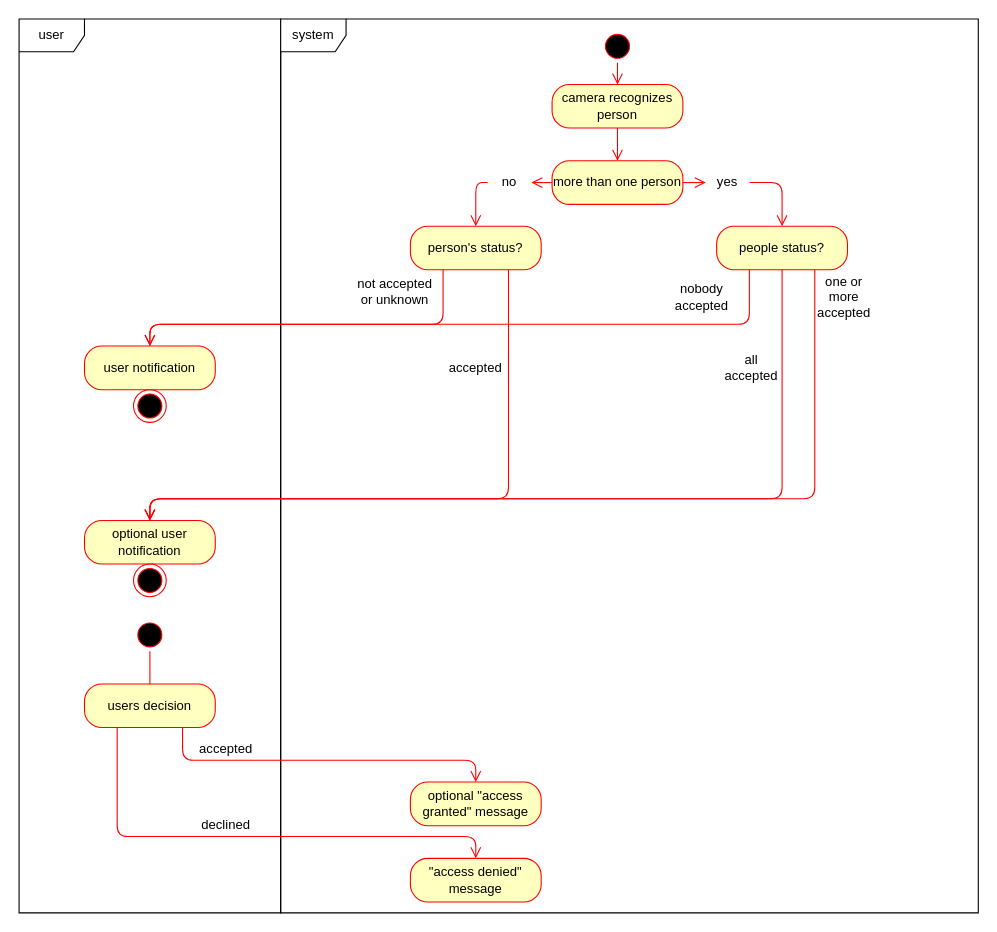
The draw.io diagram GuestVisitsActivityDiagram.drawio in mymanu/Camera-Observation-Tool-Documentation, before the edit. Source tidied: cells renumbered, new cells numbered last; positions are measured from the earlier drawing's top-left corner, leaving out a move shared by most shapes. Both pictures are drawn from the tidied source at 109%, with x=0, y=0 at pixel (19, 19).
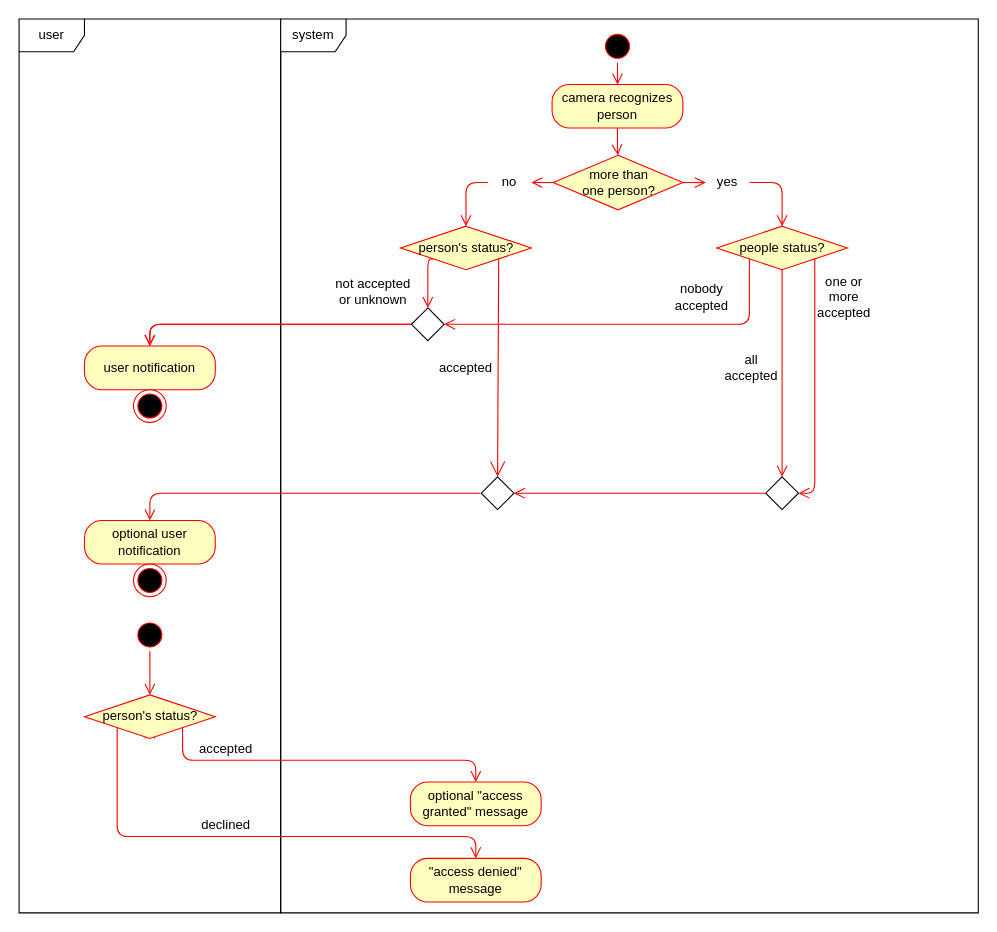
The same diagram, later.

Unchanged cells that the change refers to:
```xml
<mxCell id="4" value="no" style="text;html=1;strokeColor=none;fillColor=none;align=center;verticalAlign=middle;whiteSpace=wrap;rounded=0;" parent="1" vertex="1">
  <mxGeometry x="430" y="140" width="40" height="20" as="geometry" />
</mxCell>
<mxCell id="5" value="yes" style="text;html=1;strokeColor=none;fillColor=none;align=center;verticalAlign=middle;whiteSpace=wrap;rounded=0;" parent="1" vertex="1">
  <mxGeometry x="630" y="140" width="40" height="20" as="geometry" />
</mxCell>
<mxCell id="18" value="user notification" style="rounded=1;whiteSpace=wrap;html=1;arcSize=40;fontColor=#000000;fillColor=#ffffc0;strokeColor=#ff0000;" parent="1" vertex="1">
  <mxGeometry x="60" y="300" width="120" height="40" as="geometry" />
</mxCell>
<mxCell id="19" value="optional user notification" style="rounded=1;whiteSpace=wrap;html=1;arcSize=40;fontColor=#000000;fillColor=#ffffc0;strokeColor=#ff0000;" parent="1" vertex="1">
  <mxGeometry x="60" y="460" width="120" height="40" as="geometry" />
</mxCell>
<mxCell id="31" style="ellipse;html=1;shape=startState;fillColor=#000000;strokeColor=#ff0000;" parent="1" vertex="1">
  <mxGeometry x="105" y="550" width="30" height="30" as="geometry" />
</mxCell>
<mxCell id="35" value="&quot;access denied&quot; message" style="rounded=1;whiteSpace=wrap;html=1;arcSize=40;fontColor=#000000;fillColor=#ffffc0;strokeColor=#ff0000;" parent="1" vertex="1">
  <mxGeometry x="359" y="770" width="120" height="40" as="geometry" />
</mxCell>
<mxCell id="37" value="optional &quot;access granted&quot; message" style="rounded=1;whiteSpace=wrap;html=1;arcSize=40;fontColor=#000000;fillColor=#ffffc0;strokeColor=#ff0000;" parent="1" vertex="1">
  <mxGeometry x="359" y="700" width="120" height="40" as="geometry" />
</mxCell>
```

Diff of the diagram source:
```diff
@@
-    <mxCell id="8" value="more than one person" style="rounded=1;whiteSpace=wrap;html=1;arcSize=40;fontColor=#000000;fillColor=#ffffc0;strokeColor=#ff0000;" parent="1" vertex="1">
-      <mxGeometry x="489" y="130" width="120" height="40" as="geometry" />
+    <mxCell id="8" value="more than &lt;br&gt;one person?" style="rhombus;fontFamily=Helvetica;fontSize=12;fontColor=#000000;align=center;strokeColor=#ff0000;fillColor=#ffffc0;html=1;" parent="1" vertex="1">
+      <mxGeometry x="490" y="125" width="119" height="50" as="geometry" />
     </mxCell>
     <mxCell id="9" style="edgeStyle=orthogonalEdgeStyle;html=1;verticalAlign=bottom;endArrow=open;endSize=8;strokeColor=#ff0000;entryX=0.5;entryY=0;entryDx=0;entryDy=0;exitX=0;exitY=0.5;exitDx=0;exitDy=0;" parent="1" edge="1" source="4" target="10">
       <mxGeometry relative="1" as="geometry">
         <Array as="points">
-          <mxPoint x="419" y="150" />
+          <mxPoint x="410" y="150" />
         </Array>
       </mxGeometry>
     </mxCell>
-    <mxCell id="10" value="person's status?" style="rounded=1;whiteSpace=wrap;html=1;arcSize=40;fontColor=#000000;fillColor=#ffffc0;strokeColor=#ff0000;" parent="1" vertex="1">
-      <mxGeometry x="359" y="190" width="120" height="40" as="geometry" />
+    <mxCell id="10" value="person's status?" style="rhombus;fontFamily=Helvetica;fontSize=12;fontColor=#000000;align=center;strokeColor=#ff0000;fillColor=#ffffc0;html=1;" parent="1" vertex="1">
+      <mxGeometry x="350" y="190" width="120" height="40" as="geometry" />
     </mxCell>
-    <mxCell id="11" style="edgeStyle=orthogonalEdgeStyle;html=1;verticalAlign=bottom;endArrow=open;endSize=8;strokeColor=#ff0000;exitX=0.25;exitY=1;exitDx=0;exitDy=0;entryX=0.5;entryY=0;entryDx=0;entryDy=0;" parent="1" edge="1" source="10" target="18">
+    <mxCell id="11" style="edgeStyle=orthogonalEdgeStyle;html=1;verticalAlign=bottom;endArrow=open;endSize=8;strokeColor=#ff0000;exitX=0.25;exitY=1;exitDx=0;exitDy=0;entryX=0.5;entryY=0;entryDx=0;entryDy=0;" parent="1" edge="1" source="41" target="18">
       <mxGeometry relative="1" as="geometry">
         <Array as="points">
-          <mxPoint x="389" y="280" />
           <mxPoint x="120" y="280" />
         </Array>
       </mxGeometry>
     </mxCell>
@@
-    <mxCell id="14" value="people status?" style="rounded=1;whiteSpace=wrap;html=1;arcSize=40;fontColor=#000000;fillColor=#ffffc0;strokeColor=#ff0000;" parent="1" vertex="1">
-      <mxGeometry x="640" y="190" width="120" height="40" as="geometry" />
-    </mxCell>
@@
-    <mxCell id="17" style="edgeStyle=orthogonalEdgeStyle;html=1;verticalAlign=bottom;endArrow=open;endSize=8;strokeColor=#ff0000;exitX=1;exitY=0.5;exitDx=0;exitDy=0;entryX=0.5;entryY=0;entryDx=0;entryDy=0;" parent="1" edge="1" source="5" target="14">
+    <mxCell id="17" style="edgeStyle=orthogonalEdgeStyle;html=1;verticalAlign=bottom;endArrow=open;endSize=8;strokeColor=#ff0000;exitX=1;exitY=0.5;exitDx=0;exitDy=0;entryX=0.5;entryY=0;entryDx=0;entryDy=0;" parent="1" edge="1" source="5">
       <mxGeometry relative="1" as="geometry">
+        <mxPoint x="700" y="190" as="targetPoint" />
         <Array as="points">
           <mxPoint x="700" y="150" />
         </Array>
       </mxGeometry>
     </mxCell>
@@
-    <mxCell id="20" style="edgeStyle=orthogonalEdgeStyle;html=1;verticalAlign=bottom;endArrow=open;endSize=8;strokeColor=#ff0000;entryX=0.5;entryY=0;entryDx=0;entryDy=0;exitX=0.75;exitY=1;exitDx=0;exitDy=0;" parent="1" edge="1" source="10" target="19">
-      <mxGeometry relative="1" as="geometry">
-        <Array as="points">
-          <mxPoint x="449" y="440" />
-          <mxPoint x="120" y="440" />
-        </Array>
-      </mxGeometry>
-    </mxCell>
-    <mxCell id="21" style="edgeStyle=orthogonalEdgeStyle;html=1;verticalAlign=bottom;endArrow=open;endSize=8;strokeColor=#ff0000;exitX=0.25;exitY=1;exitDx=0;exitDy=0;" parent="1" edge="1" source="14">
+    <mxCell id="21" style="edgeStyle=orthogonalEdgeStyle;html=1;verticalAlign=bottom;endArrow=open;endSize=8;strokeColor=#ff0000;exitX=0.25;exitY=1;exitDx=0;exitDy=0;" parent="1" edge="1" source="41">
       <mxGeometry relative="1" as="geometry">
         <mxPoint x="120" y="300" as="targetPoint" />
         <Array as="points">
-          <mxPoint x="670" y="280" />
           <mxPoint x="120" y="280" />
         </Array>
       </mxGeometry>
     </mxCell>
-    <mxCell id="22" style="edgeStyle=orthogonalEdgeStyle;html=1;verticalAlign=bottom;endArrow=open;endSize=8;strokeColor=#ff0000;exitX=0.5;exitY=1;exitDx=0;exitDy=0;entryX=0.5;entryY=0;entryDx=0;entryDy=0;" parent="1" edge="1" source="14" target="19">
+    <mxCell id="22" style="edgeStyle=orthogonalEdgeStyle;html=1;verticalAlign=bottom;endArrow=open;endSize=8;strokeColor=#ff0000;exitX=0.5;exitY=1;exitDx=0;exitDy=0;entryX=0.5;entryY=0;entryDx=0;entryDy=0;" parent="1" edge="1" target="43">
       <mxGeometry relative="1" as="geometry">
+        <mxPoint x="700" y="230" as="sourcePoint" />
         <Array as="points">
-          <mxPoint x="700" y="440" />
-          <mxPoint x="120" y="440" />
+          <mxPoint x="700" y="420" />
+          <mxPoint x="700" y="420" />
         </Array>
       </mxGeometry>
     </mxCell>
-    <mxCell id="23" style="edgeStyle=orthogonalEdgeStyle;html=1;verticalAlign=bottom;endArrow=open;endSize=8;strokeColor=#ff0000;exitX=0.75;exitY=1;exitDx=0;exitDy=0;" parent="1" edge="1" source="14">
-      <mxGeometry relative="1" as="geometry">
-        <mxPoint x="120" y="460" as="targetPoint" />
-        <Array as="points">
-          <mxPoint x="730" y="440" />
-          <mxPoint x="120" y="440" />
-        </Array>
-      </mxGeometry>
-    </mxCell>
@@
     <mxCell id="27" value="accepted" style="text;html=1;strokeColor=none;fillColor=none;align=center;verticalAlign=middle;whiteSpace=wrap;rounded=0;" parent="1" vertex="1">
-      <mxGeometry x="399" y="310" width="40" height="20" as="geometry" />
+      <mxGeometry x="390" y="310" width="40" height="20" as="geometry" />
     </mxCell>
     <mxCell id="28" value="not accepted&lt;br&gt;or unknown" style="text;html=1;strokeColor=none;fillColor=none;align=center;verticalAlign=middle;whiteSpace=wrap;rounded=0;" parent="1" vertex="1">
-      <mxGeometry x="300" y="235" width="90" height="30" as="geometry" />
+      <mxGeometry x="280" y="235" width="90" height="30" as="geometry" />
     </mxCell>
@@
-    <mxCell id="32" style="edgeStyle=orthogonalEdgeStyle;html=1;verticalAlign=bottom;endArrow=open;endSize=8;strokeColor=#ff0000;" parent="1" edge="1" source="31">
+    <mxCell id="32" style="edgeStyle=orthogonalEdgeStyle;html=1;verticalAlign=bottom;endArrow=open;endSize=8;strokeColor=#ff0000;" parent="1" edge="1" source="49">
       <mxGeometry relative="1" as="geometry">
         <mxPoint x="120" y="650" as="targetPoint" />
         <Array as="points">
           <mxPoint x="120" y="650" />
           <mxPoint x="120" y="650" />
         </Array>
       </mxGeometry>
     </mxCell>
-    <mxCell id="33" value="users decision" style="rounded=1;whiteSpace=wrap;html=1;arcSize=40;fontColor=#000000;fillColor=#ffffc0;strokeColor=#ff0000;" parent="1" vertex="1">
-      <mxGeometry x="60" y="610" width="120" height="40" as="geometry" />
-    </mxCell>
-    <mxCell id="34" style="edgeStyle=orthogonalEdgeStyle;html=1;verticalAlign=bottom;endArrow=open;endSize=8;strokeColor=#ff0000;exitX=0.25;exitY=1;exitDx=0;exitDy=0;" parent="1" edge="1" source="33" target="35">
+    <mxCell id="34" style="edgeStyle=orthogonalEdgeStyle;html=1;verticalAlign=bottom;endArrow=open;endSize=8;strokeColor=#ff0000;exitX=0.25;exitY=1;exitDx=0;exitDy=0;" parent="1" edge="1" target="35">
       <mxGeometry relative="1" as="geometry">
+        <mxPoint x="90" y="650" as="sourcePoint" />
         <Array as="points">
           <mxPoint x="90" y="750" />
           <mxPoint x="419" y="750" />
         </Array>
       </mxGeometry>
     </mxCell>
@@
-    <mxCell id="36" style="edgeStyle=orthogonalEdgeStyle;html=1;verticalAlign=bottom;endArrow=open;endSize=8;strokeColor=#ff0000;exitX=0.75;exitY=1;exitDx=0;exitDy=0;entryX=0.5;entryY=0;entryDx=0;entryDy=0;" parent="1" edge="1" source="33" target="37">
+    <mxCell id="36" style="edgeStyle=orthogonalEdgeStyle;html=1;verticalAlign=bottom;endArrow=open;endSize=8;strokeColor=#ff0000;exitX=0.75;exitY=1;exitDx=0;exitDy=0;entryX=0.5;entryY=0;entryDx=0;entryDy=0;" parent="1" edge="1" target="37">
       <mxGeometry relative="1" as="geometry">
+        <mxPoint x="150" y="650" as="sourcePoint" />
         <Array as="points">
           <mxPoint x="150" y="680" />
           <mxPoint x="419" y="680" />
         </Array>
       </mxGeometry>
     </mxCell>
@@
+    <mxCell id="40" style="edgeStyle=orthogonalEdgeStyle;html=1;verticalAlign=bottom;endArrow=open;endSize=8;strokeColor=#ff0000;exitX=0;exitY=1;exitDx=0;exitDy=0;" parent="1" edge="1" source="14" target="41">
+      <mxGeometry relative="1" as="geometry">
+        <Array as="points">
+          <mxPoint x="670" y="280" />
+        </Array>
+      </mxGeometry>
+    </mxCell>
+    <mxCell id="41" style="rhombus;" parent="1" vertex="1">
+      <mxGeometry x="360" y="265" width="30" height="30" as="geometry" />
+    </mxCell>
+    <mxCell id="42" style="edgeStyle=orthogonalEdgeStyle;html=1;verticalAlign=bottom;endArrow=open;endSize=8;strokeColor=#ff0000;entryX=0.5;entryY=0;entryDx=0;entryDy=0;exitX=0;exitY=1;exitDx=0;exitDy=0;" parent="1" edge="1" source="10" target="41">
+      <mxGeometry relative="1" as="geometry">
+        <Array as="points">
+          <mxPoint x="375" y="220" />
+        </Array>
+      </mxGeometry>
+    </mxCell>
+    <mxCell id="43" style="rhombus;" parent="1" vertex="1">
+      <mxGeometry x="685" y="420" width="30" height="30" as="geometry" />
+    </mxCell>
+    <mxCell id="44" style="edgeStyle=orthogonalEdgeStyle;html=1;verticalAlign=bottom;endArrow=open;endSize=8;strokeColor=#ff0000;exitX=1;exitY=1;exitDx=0;exitDy=0;entryX=1;entryY=0.5;entryDx=0;entryDy=0;" parent="1" edge="1" source="14" target="43">
+      <mxGeometry relative="1" as="geometry">
+        <Array as="points">
+          <mxPoint x="730" y="435" />
+        </Array>
+      </mxGeometry>
+    </mxCell>
+    <mxCell id="45" style="edgeStyle=orthogonalEdgeStyle;html=1;verticalAlign=bottom;endArrow=open;endSize=8;strokeColor=#ff0000;entryX=1;entryY=0.5;entryDx=0;entryDy=0;exitX=0;exitY=0.5;exitDx=0;exitDy=0;" parent="1" edge="1" source="43" target="47">
+      <mxGeometry relative="1" as="geometry" />
+    </mxCell>
+    <mxCell id="46" style="edgeStyle=orthogonalEdgeStyle;html=1;verticalAlign=bottom;endArrow=open;endSize=8;strokeColor=#ff0000;exitX=0;exitY=0.5;exitDx=0;exitDy=0;entryX=0.5;entryY=0;entryDx=0;entryDy=0;" parent="1" edge="1" target="19">
+      <mxGeometry relative="1" as="geometry">
+        <mxPoint x="423" y="435" as="sourcePoint" />
+        <Array as="points">
+          <mxPoint x="120" y="435" />
+        </Array>
+      </mxGeometry>
+    </mxCell>
+    <mxCell id="47" style="rhombus;" parent="1" vertex="1">
+      <mxGeometry x="424" y="420" width="30" height="30" as="geometry" />
+    </mxCell>
+    <mxCell id="48" style="endArrow=open;endFill=1;endSize=12;html=1;strokeColor=#FF0000;exitX=1;exitY=1;exitDx=0;exitDy=0;entryX=0.5;entryY=0;entryDx=0;entryDy=0;" parent="1" edge="1" source="10" target="47">
+      <mxGeometry relative="1" as="geometry" />
+    </mxCell>
+    <mxCell id="14" value="people status?" style="rhombus;fontFamily=Helvetica;fontSize=12;fontColor=#000000;align=center;strokeColor=#ff0000;fillColor=#ffffc0;html=1;" parent="1" vertex="1">
+      <mxGeometry x="640" y="190" width="120" height="40" as="geometry" />
+    </mxCell>
+    <mxCell id="49" value="person's status?" style="rhombus;fontFamily=Helvetica;fontSize=12;fontColor=#000000;align=center;strokeColor=#ff0000;fillColor=#ffffc0;html=1;" parent="1" vertex="1">
+      <mxGeometry x="60" y="620" width="120" height="40" as="geometry" />
+    </mxCell>
+    <mxCell id="50" style="edgeStyle=orthogonalEdgeStyle;html=1;verticalAlign=bottom;endArrow=open;endSize=8;strokeColor=#ff0000;" parent="1" edge="1" source="31" target="49">
+      <mxGeometry relative="1" as="geometry" />
+    </mxCell>
```
